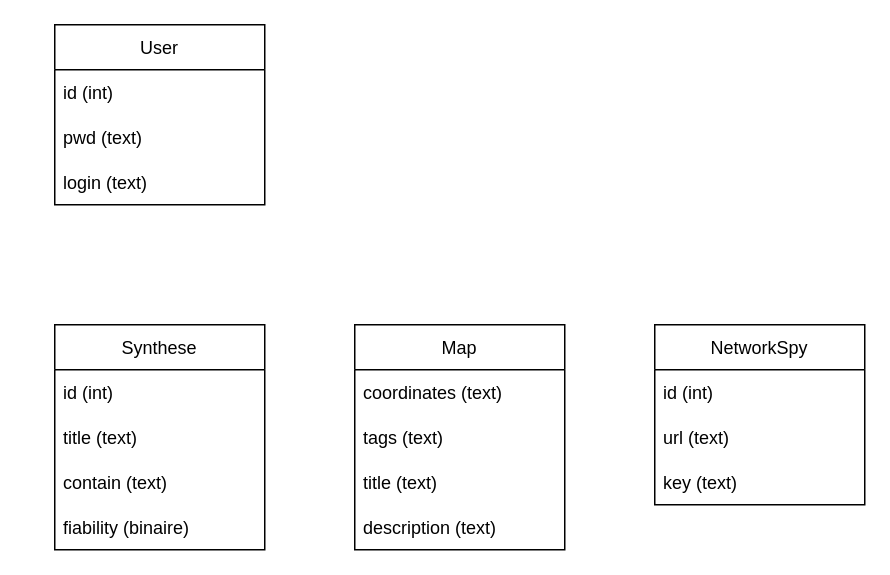
Above: ShemaBDD.drawio in GilletPaul/DRM-ETNA (draw.io), before the change. Source tidied: cells renumbered, new cells numbered last; positions are measured from the earlier drawing's top-left corner, leaving out a move shared by most shapes. Both pictures are drawn from the tidied source at 150%, with x=0, y=0 at pixel (54, 24).
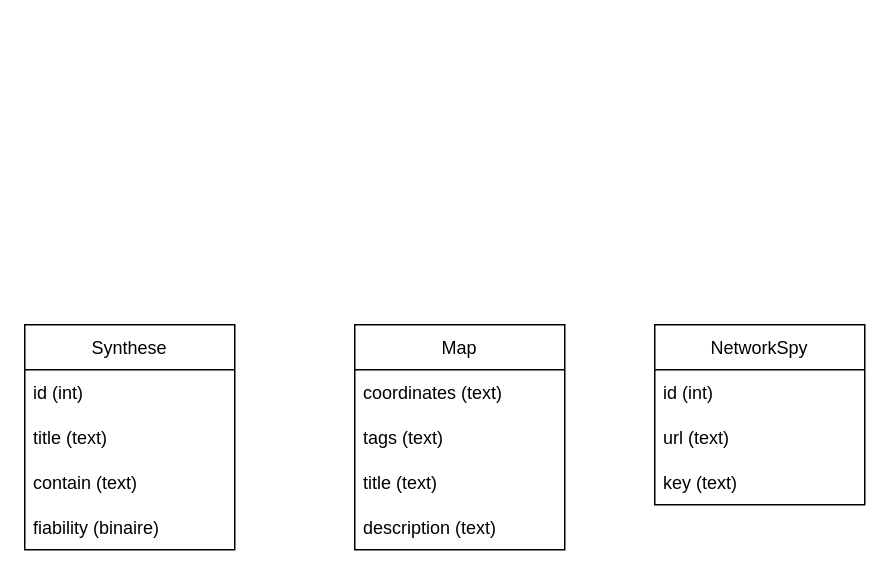
After the change.

The edit, as a diff of the source:
```diff
@@
 <mxGraphModel>
   <root>
     <mxCell id="0" />
     <mxCell id="1" parent="0" />
-    <mxCell id="2" value="User" style="swimlane;fontStyle=0;horizontal=1;startSize=30;" parent="1" vertex="1">
-      <mxGeometry width="140" height="120" as="geometry" />
-    </mxCell>
-    <mxCell id="3" value="id (int)" style="text;strokeColor=none;fillColor=none;align=left;verticalAlign=middle;spacingLeft=4;spacingRight=4;overflow=hidden;" parent="2" vertex="1">
-      <mxGeometry y="30" width="140" height="30" as="geometry" />
-    </mxCell>
-    <mxCell id="4" value="pwd (text)" style="text;strokeColor=none;fillColor=none;align=left;verticalAlign=middle;spacingLeft=4;spacingRight=4;overflow=hidden;" parent="2" vertex="1">
-      <mxGeometry y="60" width="140" height="30" as="geometry" />
-    </mxCell>
-    <mxCell id="5" value="login (text)" style="text;strokeColor=none;fillColor=none;align=left;verticalAlign=middle;spacingLeft=4;spacingRight=4;overflow=hidden;" parent="2" vertex="1">
-      <mxGeometry y="90" width="140" height="30" as="geometry" />
-    </mxCell>
     <mxCell id="6" value="Synthese" style="swimlane;fontStyle=0;horizontal=1;startSize=30;" parent="1" vertex="1">
-      <mxGeometry y="200" width="140" height="150" as="geometry" />
+      <mxGeometry x="-20" y="200" width="140" height="150" as="geometry" />
     </mxCell>
     <mxCell id="7" value="id (int)" style="text;strokeColor=none;fillColor=none;align=left;verticalAlign=middle;spacingLeft=4;spacingRight=4;overflow=hidden;" parent="6" vertex="1">
       <mxGeometry y="30" width="140" height="30" as="geometry" />
     </mxCell>
     <mxCell id="8" value="title (text)" style="text;strokeColor=none;fillColor=none;align=left;verticalAlign=middle;spacingLeft=4;spacingRight=4;overflow=hidden;" parent="6" vertex="1">
       <mxGeometry y="60" width="140" height="30" as="geometry" />
     </mxCell>
     <mxCell id="9" value="contain (text)" style="text;strokeColor=none;fillColor=none;align=left;verticalAlign=middle;spacingLeft=4;spacingRight=4;overflow=hidden;" parent="6" vertex="1">
       <mxGeometry y="90" width="140" height="30" as="geometry" />
     </mxCell>
     <mxCell id="10" value="fiability (binaire)" style="text;strokeColor=none;fillColor=none;align=left;verticalAlign=middle;spacingLeft=4;spacingRight=4;overflow=hidden;" parent="6" vertex="1">
       <mxGeometry y="120" width="140" height="30" as="geometry" />
     </mxCell>
     <mxCell id="11" value="Map" style="swimlane;fontStyle=0;horizontal=1;startSize=30;" parent="1" vertex="1">
       <mxGeometry x="200" y="200" width="140" height="150" as="geometry" />
     </mxCell>
     <mxCell id="12" value="coordinates (text)" style="text;strokeColor=none;fillColor=none;align=left;verticalAlign=middle;spacingLeft=4;spacingRight=4;overflow=hidden;" parent="11" vertex="1">
       <mxGeometry y="30" width="140" height="30" as="geometry" />
     </mxCell>
     <mxCell id="13" value="tags (text)" style="text;strokeColor=none;fillColor=none;align=left;verticalAlign=middle;spacingLeft=4;spacingRight=4;overflow=hidden;" parent="11" vertex="1">
       <mxGeometry y="60" width="140" height="30" as="geometry" />
     </mxCell>
     <mxCell id="14" value="title (text)" style="text;strokeColor=none;fillColor=none;align=left;verticalAlign=middle;spacingLeft=4;spacingRight=4;overflow=hidden;" parent="11" vertex="1">
       <mxGeometry y="90" width="140" height="30" as="geometry" />
     </mxCell>
     <mxCell id="15" value="description (text)" style="text;strokeColor=none;fillColor=none;align=left;verticalAlign=middle;spacingLeft=4;spacingRight=4;overflow=hidden;" parent="11" vertex="1">
       <mxGeometry y="120" width="140" height="30" as="geometry" />
     </mxCell>
     <mxCell id="16" value="NetworkSpy" style="swimlane;fontStyle=0;horizontal=1;startSize=30;" parent="1" vertex="1">
       <mxGeometry x="400" y="200" width="140" height="120" as="geometry" />
     </mxCell>
     <mxCell id="17" value="id (int)" style="text;strokeColor=none;fillColor=none;align=left;verticalAlign=middle;spacingLeft=4;spacingRight=4;overflow=hidden;" parent="16" vertex="1">
       <mxGeometry y="30" width="140" height="30" as="geometry" />
     </mxCell>
     <mxCell id="18" value="url (text)" style="text;strokeColor=none;fillColor=none;align=left;verticalAlign=middle;spacingLeft=4;spacingRight=4;overflow=hidden;" parent="16" vertex="1">
       <mxGeometry y="60" width="140" height="30" as="geometry" />
     </mxCell>
     <mxCell id="19" value="key (text)" style="text;strokeColor=none;fillColor=none;align=left;verticalAlign=middle;spacingLeft=4;spacingRight=4;overflow=hidden;" parent="16" vertex="1">
       <mxGeometry y="90" width="140" height="30" as="geometry" />
     </mxCell>
   </root>
 </mxGraphModel>
```
